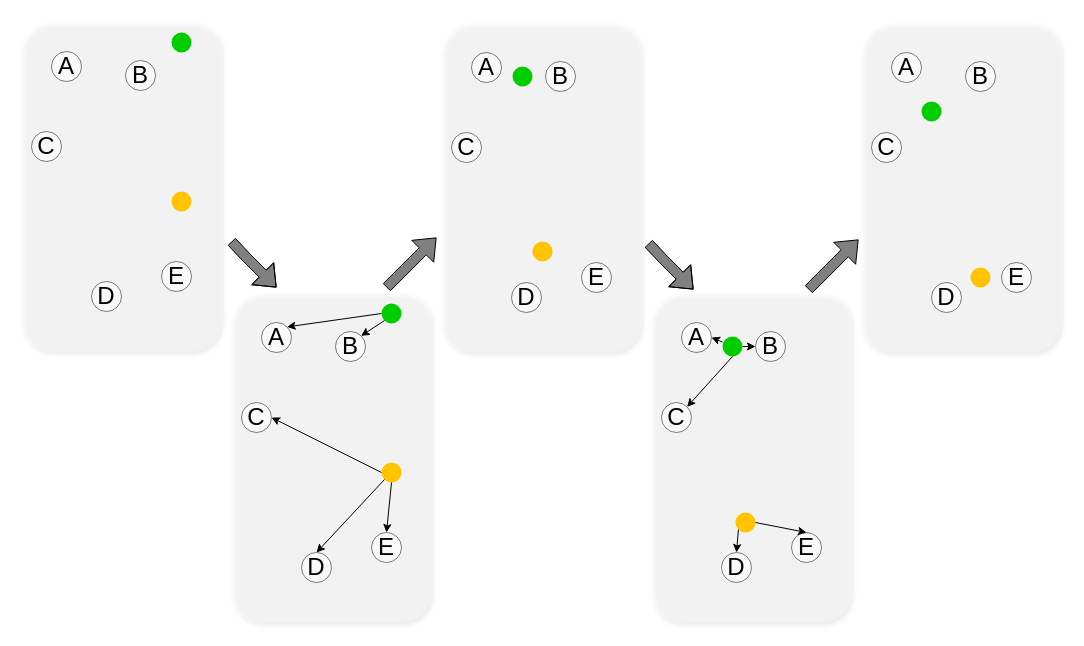
Earlier version of the draw.io diagram page "Page-26" (23 of 23) of 频道首页执行流程.drawio (hpk1994/shophome). Source tidied: cells renumbered, new cells numbered last; positions are measured from the earlier drawing's top-left corner, leaving out a move shared by most shapes. Both pictures are drawn from the tidied source at 100%, with x=0, y=0 at pixel (21, 21).
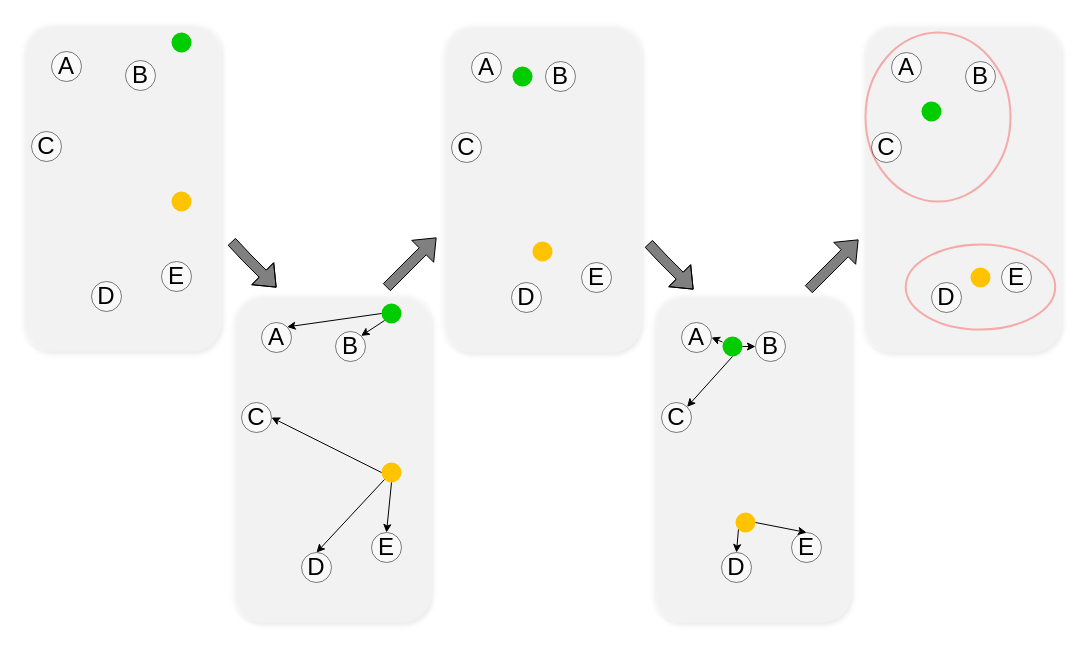
After the change.

Commit message:
Update 频道首页执行流程.drawio

Diff of the diagram source:
```diff
@@
+    <mxCell id="56" style="ellipse;whiteSpace=wrap;html=1;rounded=1;shadow=0;glass=0;comic=0;fillColor=none;opacity=30;strokeColor=#FF0000;strokeWidth=2;" parent="1" vertex="1">
+      <mxGeometry x="844" y="11" width="145" height="169" as="geometry" />
+    </mxCell>
+    <mxCell id="57" style="ellipse;whiteSpace=wrap;html=1;rounded=1;shadow=0;glass=0;comic=0;strokeColor=#FF0000;fillColor=none;opacity=30;strokeWidth=2;" parent="1" vertex="1">
+      <mxGeometry x="884.2" y="223" width="149.5" height="85" as="geometry" />
+    </mxCell>
```
